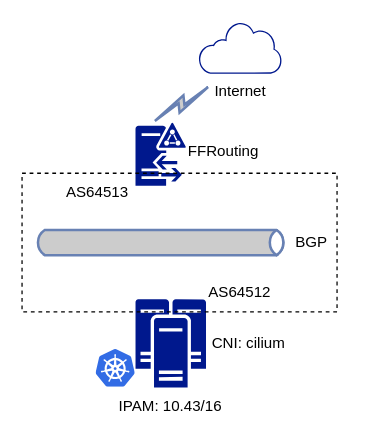
Before: cilium-BGP.drawio in pitimon/cilium-bgp, a draw.io diagram. Source tidied: cells renumbered, new cells numbered last; positions are measured from the earlier drawing's top-left corner, leaving out a move shared by most shapes. Both pictures are drawn from the tidied source at 126%, with x=0, y=0 at pixel (21, 21).
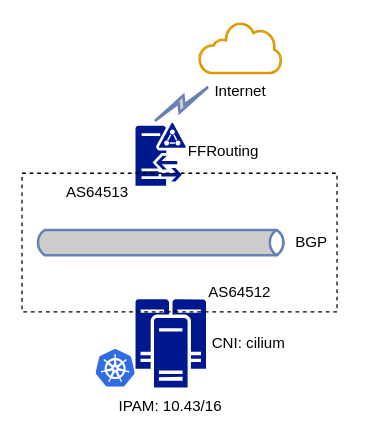
Above is the later version.

What changed in the source:
```diff
@@
 <mxGraphModel>
   <root>
     <mxCell id="0" />
     <mxCell id="1" parent="0" />
     <mxCell id="2" style="image;sketch=0;html=1;align=center;fontSize=12;image=img/lib/mscae/Kubernetes.svg;" parent="1" vertex="1">
       <mxGeometry x="58.8" y="260" width="31.2" height="30" as="geometry" />
     </mxCell>
     <mxCell id="3" style="sketch=0;shadow=0;dashed=0;html=1;strokeColor=none;labelPosition=center;verticalLabelPosition=bottom;verticalAlign=top;align=center;fillColor=#00188D;shape=mxgraph.mscae.enterprise.cluster_server;" parent="1" vertex="1">
       <mxGeometry x="90" y="220" width="56" height="70" as="geometry" />
     </mxCell>
     <mxCell id="4" style="sketch=0;shadow=0;dashed=0;html=1;strokeColor=none;labelPosition=center;verticalLabelPosition=bottom;verticalAlign=top;align=center;fillColor=#00188D;shape=mxgraph.mscae.enterprise.d;" parent="1" vertex="1">
       <mxGeometry x="90" y="80" width="40" height="50" as="geometry" />
     </mxCell>
     <mxCell id="5" style="rounded=0;whiteSpace=wrap;html=1;dashed=1;fillColor=none;" parent="1" vertex="1">
       <mxGeometry y="120" width="250" height="110" as="geometry" />
     </mxCell>
     <mxCell id="6" value="CNI: cilium" style="text;html=1;align=center;verticalAlign=middle;whiteSpace=wrap;rounded=0;" parent="1" vertex="1">
       <mxGeometry x="150" y="240" width="60" height="30" as="geometry" />
     </mxCell>
     <mxCell id="7" value="BGP" style="text;html=1;align=center;verticalAlign=middle;whiteSpace=wrap;rounded=0;" parent="1" vertex="1">
       <mxGeometry x="200" y="160" width="60" height="30" as="geometry" />
     </mxCell>
-    <mxCell id="8" value="Internet" style="sketch=0;shadow=0;dashed=0;html=1;strokeColor=none;labelPosition=center;verticalLabelPosition=bottom;verticalAlign=top;align=center;fillColor=#00188D;shape=mxgraph.mscae.enterprise.internet_hollow;" parent="1" vertex="1">
+    <mxCell id="8" value="Internet" style="sketch=0;shadow=0;dashed=0;html=1;strokeColor=#d79b00;labelPosition=center;verticalLabelPosition=bottom;verticalAlign=top;align=center;fillColor=#ffe6cc;shape=mxgraph.mscae.enterprise.internet_hollow;" parent="1" vertex="1">
       <mxGeometry x="140" width="66.1" height="41" as="geometry" />
     </mxCell>
     <mxCell id="9" value="AS64512" style="text;html=1;align=center;verticalAlign=middle;whiteSpace=wrap;rounded=0;" parent="1" vertex="1">
       <mxGeometry x="143.1" y="200" width="60" height="30" as="geometry" />
     </mxCell>
     <mxCell id="10" value="AS64513" style="text;html=1;align=center;verticalAlign=middle;whiteSpace=wrap;rounded=0;" parent="1" vertex="1">
       <mxGeometry x="30" y="120" width="60" height="30" as="geometry" />
     </mxCell>
     <mxCell id="11" style="html=1;fillColor=#CCCCCC;strokeColor=#6881B3;gradientColor=none;gradientDirection=north;strokeWidth=2;shape=mxgraph.networks.bus;gradientColor=none;gradientDirection=north;fontColor=#ffffff;perimeter=backbonePerimeter;backboneSize=20;" parent="1" vertex="1">
       <mxGeometry x="10" y="170" width="200" height="10" as="geometry" />
     </mxCell>
     <mxCell id="12" style="html=1;outlineConnect=0;fillColor=#CCCCCC;strokeColor=#6881B3;gradientColor=none;gradientDirection=north;strokeWidth=2;shape=mxgraph.networks.comm_link_edge;html=1;rounded=0;" parent="1" edge="1">
       <mxGeometry relative="1" as="geometry">
         <mxPoint x="103.1" y="80" as="sourcePoint" />
         <mxPoint x="150" y="50" as="targetPoint" />
       </mxGeometry>
     </mxCell>
     <mxCell id="13" value="IPAM: 10.43/16" style="text;html=1;align=center;verticalAlign=middle;whiteSpace=wrap;rounded=0;" parent="1" vertex="1">
       <mxGeometry x="73" y="290" width="90" height="30" as="geometry" />
     </mxCell>
     <mxCell id="14" value="FFRouting" style="text;html=1;align=center;verticalAlign=middle;whiteSpace=wrap;rounded=0;" parent="1" vertex="1">
       <mxGeometry x="130" y="88" width="60" height="30" as="geometry" />
     </mxCell>
   </root>
 </mxGraphModel>
```
